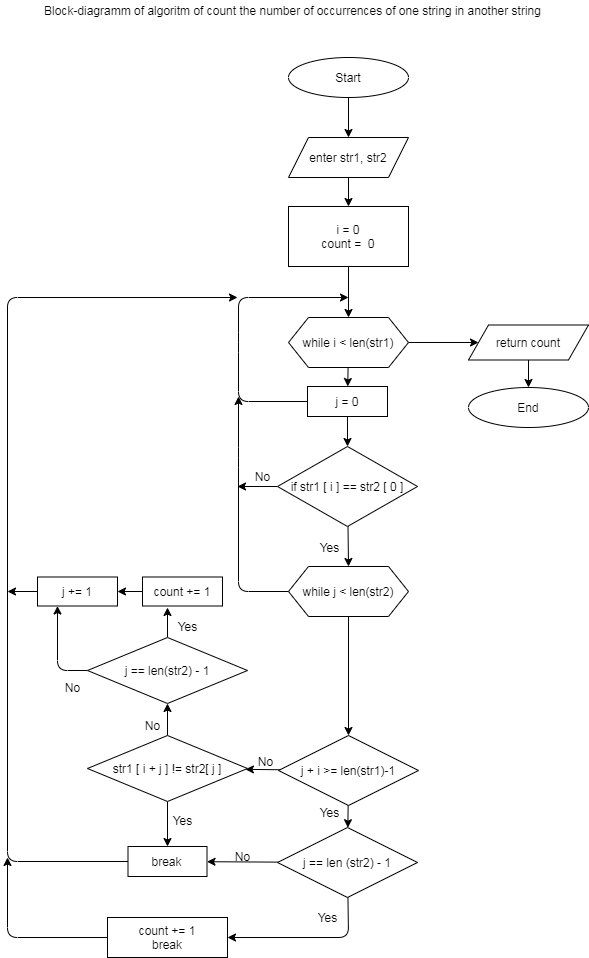
The draw.io diagram 1. workshop 1/find_str.png in AbubakirovRA/Python, before a commit. Source tidied: cells renumbered, new cells last; positions are measured from the earlier drawing's top-left corner, leaving out a move shared by most shapes. The source it was exported from:
```xml
<mxGraphModel>
  <root>
    <mxCell id="0" />
    <mxCell id="1" parent="0" />
    <mxCell id="2" style="edgeStyle=none;html=1;" parent="1" edge="1" source="3" target="10">
      <mxGeometry relative="1" as="geometry" />
    </mxCell>
    <mxCell id="3" value="Start" style="ellipse;whiteSpace=wrap;html=1;" parent="1" vertex="1">
      <mxGeometry x="281" y="57" width="120" height="40" as="geometry" />
    </mxCell>
    <mxCell id="4" style="edgeStyle=none;html=1;" parent="1" edge="1" source="5" target="8">
      <mxGeometry relative="1" as="geometry" />
    </mxCell>
    <mxCell id="5" value="i = 0&lt;br&gt;count =&amp;nbsp; 0" style="whiteSpace=wrap;html=1;" parent="1" vertex="1">
      <mxGeometry x="281" y="206" width="120" height="60" as="geometry" />
    </mxCell>
    <mxCell id="6" style="edgeStyle=none;html=1;" parent="1" edge="1" source="8" target="13">
      <mxGeometry relative="1" as="geometry" />
    </mxCell>
    <mxCell id="7" style="edgeStyle=none;html=1;" parent="1" edge="1" source="8" target="18">
      <mxGeometry relative="1" as="geometry" />
    </mxCell>
    <mxCell id="8" value="while i &amp;lt; len(str1)" style="shape=hexagon;perimeter=hexagonPerimeter2;whiteSpace=wrap;html=1;fixedSize=1;" parent="1" vertex="1">
      <mxGeometry x="281" y="317" width="120" height="50" as="geometry" />
    </mxCell>
    <mxCell id="9" style="edgeStyle=none;html=1;" parent="1" edge="1" source="10" target="5">
      <mxGeometry relative="1" as="geometry" />
    </mxCell>
    <mxCell id="10" value="enter str1, str2" style="shape=parallelogram;perimeter=parallelogramPerimeter;whiteSpace=wrap;html=1;fixedSize=1;" parent="1" vertex="1">
      <mxGeometry x="281" y="137" width="120" height="40" as="geometry" />
    </mxCell>
    <mxCell id="11" style="edgeStyle=none;html=1;" parent="1" edge="1" source="13">
      <mxGeometry relative="1" as="geometry">
        <mxPoint x="341" y="297" as="targetPoint" />
        <Array as="points">
          <mxPoint x="231" y="401" />
          <mxPoint x="231" y="342" />
          <mxPoint x="231" y="297" />
        </Array>
      </mxGeometry>
    </mxCell>
    <mxCell id="12" style="edgeStyle=none;html=1;" parent="1" edge="1" source="13" target="22">
      <mxGeometry relative="1" as="geometry" />
    </mxCell>
    <mxCell id="13" value="j = 0" style="whiteSpace=wrap;html=1;" parent="1" vertex="1">
      <mxGeometry x="300" y="386" width="80" height="30" as="geometry" />
    </mxCell>
    <mxCell id="14" style="edgeStyle=none;html=1;" parent="1" edge="1" source="15" target="27">
      <mxGeometry relative="1" as="geometry" />
    </mxCell>
    <mxCell id="15" value="while j &amp;lt; len(str2)" style="shape=hexagon;perimeter=hexagonPerimeter2;whiteSpace=wrap;html=1;fixedSize=1;" parent="1" vertex="1">
      <mxGeometry x="281" y="566" width="120" height="50" as="geometry" />
    </mxCell>
    <mxCell id="16" style="edgeStyle=none;html=1;" parent="1" edge="1" source="15">
      <mxGeometry relative="1" as="geometry">
        <mxPoint x="231" y="396" as="targetPoint" />
        <Array as="points">
          <mxPoint x="231" y="591" />
          <mxPoint x="231" y="457" />
        </Array>
      </mxGeometry>
    </mxCell>
    <mxCell id="17" style="edgeStyle=none;html=1;" parent="1" edge="1" source="18" target="19">
      <mxGeometry relative="1" as="geometry" />
    </mxCell>
    <mxCell id="18" value="return count" style="shape=parallelogram;perimeter=parallelogramPerimeter;whiteSpace=wrap;html=1;fixedSize=1;" parent="1" vertex="1">
      <mxGeometry x="461" y="324.5" width="120" height="35" as="geometry" />
    </mxCell>
    <mxCell id="19" value="End" style="ellipse;whiteSpace=wrap;html=1;" parent="1" vertex="1">
      <mxGeometry x="461" y="387" width="120" height="40" as="geometry" />
    </mxCell>
    <mxCell id="20" style="edgeStyle=none;html=1;exitX=0;exitY=0.5;exitDx=0;exitDy=0;" parent="1" edge="1" source="22">
      <mxGeometry relative="1" as="geometry">
        <mxPoint x="230" y="486" as="targetPoint" />
      </mxGeometry>
    </mxCell>
    <mxCell id="21" style="edgeStyle=none;html=1;entryX=0.5;entryY=0;entryDx=0;entryDy=0;" parent="1" edge="1" source="22" target="15">
      <mxGeometry relative="1" as="geometry" />
    </mxCell>
    <mxCell id="22" value="if str1 [ i ] == str2 [ 0 ]" style="rhombus;whiteSpace=wrap;html=1;" parent="1" vertex="1">
      <mxGeometry x="270" y="446" width="140" height="80" as="geometry" />
    </mxCell>
    <mxCell id="23" value="No" style="text;html=1;align=center;verticalAlign=middle;strokeColor=none;fillColor=none;" parent="1" vertex="1">
      <mxGeometry x="240" y="466" width="30" height="20" as="geometry" />
    </mxCell>
    <mxCell id="24" value="Yes" style="text;html=1;align=center;verticalAlign=middle;strokeColor=none;fillColor=none;" parent="1" vertex="1">
      <mxGeometry x="302" y="537" width="40" height="20" as="geometry" />
    </mxCell>
    <mxCell id="25" style="edgeStyle=none;html=1;" parent="1" edge="1" source="27" target="30">
      <mxGeometry relative="1" as="geometry" />
    </mxCell>
    <mxCell id="26" style="edgeStyle=none;html=1;" parent="1" edge="1" source="27" target="44">
      <mxGeometry relative="1" as="geometry" />
    </mxCell>
    <mxCell id="27" value="j + i &amp;gt;= len(str1)-1" style="rhombus;whiteSpace=wrap;html=1;" parent="1" vertex="1">
      <mxGeometry x="271" y="735" width="140" height="70" as="geometry" />
    </mxCell>
    <mxCell id="28" style="edgeStyle=none;html=1;" parent="1" edge="1" source="30" target="33">
      <mxGeometry relative="1" as="geometry">
        <Array as="points">
          <mxPoint x="341" y="937" />
        </Array>
      </mxGeometry>
    </mxCell>
    <mxCell id="29" style="edgeStyle=none;html=1;" parent="1" edge="1" source="30" target="36">
      <mxGeometry relative="1" as="geometry" />
    </mxCell>
    <mxCell id="30" value="j == len (str2) - 1" style="rhombus;whiteSpace=wrap;html=1;" parent="1" vertex="1">
      <mxGeometry x="270" y="827" width="140" height="70" as="geometry" />
    </mxCell>
    <mxCell id="31" value="Yes" style="text;html=1;align=center;verticalAlign=middle;strokeColor=none;fillColor=none;" parent="1" vertex="1">
      <mxGeometry x="302" y="802" width="40" height="20" as="geometry" />
    </mxCell>
    <mxCell id="32" style="edgeStyle=none;html=1;" parent="1" edge="1" source="33">
      <mxGeometry relative="1" as="geometry">
        <mxPoint y="857" as="targetPoint" />
        <Array as="points">
          <mxPoint y="937" />
        </Array>
      </mxGeometry>
    </mxCell>
    <mxCell id="33" value="count += 1&lt;br&gt;break" style="whiteSpace=wrap;html=1;" parent="1" vertex="1">
      <mxGeometry x="100" y="917" width="120" height="40" as="geometry" />
    </mxCell>
    <mxCell id="34" value="Yes" style="text;html=1;align=center;verticalAlign=middle;strokeColor=none;fillColor=none;" parent="1" vertex="1">
      <mxGeometry x="300" y="907" width="40" height="20" as="geometry" />
    </mxCell>
    <mxCell id="35" style="edgeStyle=none;html=1;exitX=0;exitY=0.5;exitDx=0;exitDy=0;" parent="1" edge="1" source="36">
      <mxGeometry relative="1" as="geometry">
        <mxPoint x="230" y="297" as="targetPoint" />
        <Array as="points">
          <mxPoint y="861" />
          <mxPoint y="297" />
        </Array>
      </mxGeometry>
    </mxCell>
    <mxCell id="36" value="break" style="whiteSpace=wrap;html=1;" parent="1" vertex="1">
      <mxGeometry x="120.5" y="846" width="79" height="30" as="geometry" />
    </mxCell>
    <mxCell id="37" value="No" style="text;html=1;align=center;verticalAlign=middle;strokeColor=none;fillColor=none;" parent="1" vertex="1">
      <mxGeometry x="220" y="846" width="30" height="20" as="geometry" />
    </mxCell>
    <mxCell id="38" style="edgeStyle=none;html=1;" parent="1" edge="1" source="40">
      <mxGeometry relative="1" as="geometry">
        <mxPoint x="160" y="607" as="targetPoint" />
      </mxGeometry>
    </mxCell>
    <mxCell id="39" style="edgeStyle=none;html=1;entryX=0.25;entryY=1;entryDx=0;entryDy=0;" parent="1" edge="1" source="40" target="51">
      <mxGeometry relative="1" as="geometry">
        <Array as="points">
          <mxPoint x="50" y="670" />
        </Array>
      </mxGeometry>
    </mxCell>
    <mxCell id="40" value="j == len(str2) - 1" style="rhombus;whiteSpace=wrap;html=1;" parent="1" vertex="1">
      <mxGeometry x="80" y="637" width="160" height="66" as="geometry" />
    </mxCell>
    <mxCell id="41" value="No" style="text;html=1;align=center;verticalAlign=middle;strokeColor=none;fillColor=none;" parent="1" vertex="1">
      <mxGeometry x="243" y="751" width="30" height="20" as="geometry" />
    </mxCell>
    <mxCell id="42" style="edgeStyle=none;html=1;" parent="1" edge="1" source="44" target="36">
      <mxGeometry relative="1" as="geometry" />
    </mxCell>
    <mxCell id="43" style="edgeStyle=none;html=1;" parent="1" edge="1" source="44" target="40">
      <mxGeometry relative="1" as="geometry" />
    </mxCell>
    <mxCell id="44" value="str1 [ i + j ] != str2[ j ]" style="rhombus;whiteSpace=wrap;html=1;" parent="1" vertex="1">
      <mxGeometry x="80" y="735" width="160" height="66" as="geometry" />
    </mxCell>
    <mxCell id="45" value="Yes" style="text;html=1;align=center;verticalAlign=middle;strokeColor=none;fillColor=none;" parent="1" vertex="1">
      <mxGeometry x="155" y="810" width="40" height="20" as="geometry" />
    </mxCell>
    <mxCell id="46" value="No" style="text;html=1;align=center;verticalAlign=middle;strokeColor=none;fillColor=none;" parent="1" vertex="1">
      <mxGeometry x="129.5" y="715" width="30" height="20" as="geometry" />
    </mxCell>
    <mxCell id="47" style="edgeStyle=none;html=1;" parent="1" edge="1" source="48" target="51">
      <mxGeometry relative="1" as="geometry" />
    </mxCell>
    <mxCell id="48" value="&lt;span&gt;count += 1&lt;/span&gt;" style="whiteSpace=wrap;html=1;" parent="1" vertex="1">
      <mxGeometry x="135" y="576.5" width="80" height="29" as="geometry" />
    </mxCell>
    <mxCell id="49" value="Yes" style="text;html=1;align=center;verticalAlign=middle;strokeColor=none;fillColor=none;" parent="1" vertex="1">
      <mxGeometry x="159.5" y="616" width="40" height="20" as="geometry" />
    </mxCell>
    <mxCell id="50" style="edgeStyle=none;html=1;" parent="1" edge="1" source="51">
      <mxGeometry relative="1" as="geometry">
        <mxPoint y="591" as="targetPoint" />
      </mxGeometry>
    </mxCell>
    <mxCell id="51" value="&lt;span&gt;j += 1&lt;/span&gt;" style="whiteSpace=wrap;html=1;" parent="1" vertex="1">
      <mxGeometry x="30" y="576.5" width="80" height="29" as="geometry" />
    </mxCell>
    <mxCell id="52" value="No" style="text;html=1;align=center;verticalAlign=middle;strokeColor=none;fillColor=none;" parent="1" vertex="1">
      <mxGeometry x="50" y="677" width="30" height="20" as="geometry" />
    </mxCell>
    <mxCell id="53" value="Block-diagramm of algoritm of count the number of occurrences of one string in another string" style="text;html=1;align=center;verticalAlign=middle;strokeColor=none;fillColor=none;" parent="1" vertex="1">
      <mxGeometry x="30" width="510" height="20" as="geometry" />
    </mxCell>
  </root>
</mxGraphModel>
```
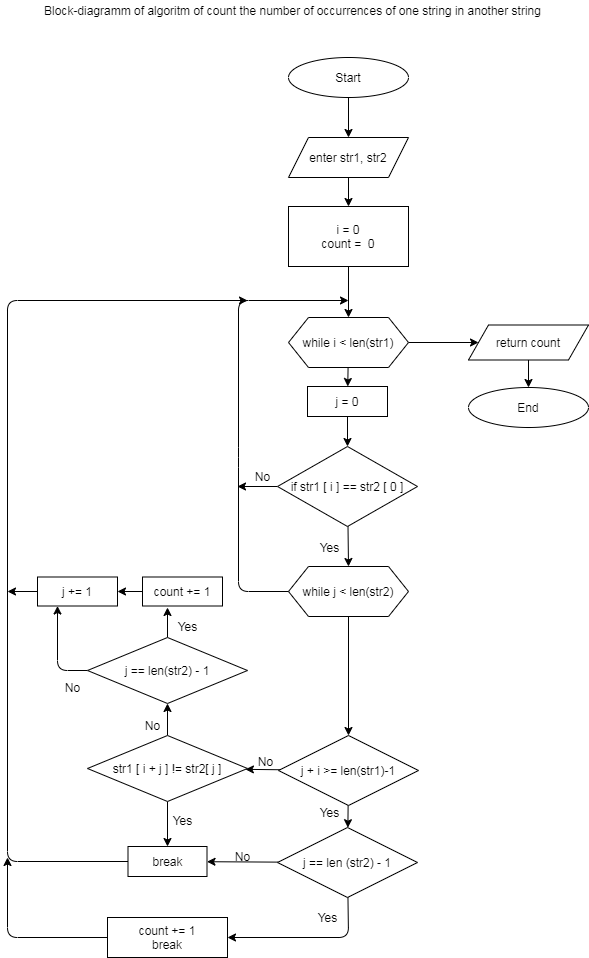
Above is the later version.

Commit message:
add find_string

What changed in the source:
```diff
@@ -29,16 +29,6 @@
     <mxCell id="10" value="enter str1, str2" style="shape=parallelogram;perimeter=parallelogramPerimeter;whiteSpace=wrap;html=1;fixedSize=1;" parent="1" vertex="1">
       <mxGeometry x="281" y="137" width="120" height="40" as="geometry" />
     </mxCell>
-    <mxCell id="11" style="edgeStyle=none;html=1;" parent="1" edge="1" source="13">
-      <mxGeometry relative="1" as="geometry">
-        <mxPoint x="341" y="297" as="targetPoint" />
-        <Array as="points">
-          <mxPoint x="231" y="401" />
-          <mxPoint x="231" y="342" />
-          <mxPoint x="231" y="297" />
-        </Array>
-      </mxGeometry>
-    </mxCell>
     <mxCell id="12" style="edgeStyle=none;html=1;" parent="1" edge="1" source="13" target="22">
       <mxGeometry relative="1" as="geometry" />
     </mxCell>
@@ -53,10 +43,11 @@
     </mxCell>
     <mxCell id="16" style="edgeStyle=none;html=1;" parent="1" edge="1" source="15">
       <mxGeometry relative="1" as="geometry">
-        <mxPoint x="231" y="396" as="targetPoint" />
+        <mxPoint x="341" y="300" as="targetPoint" />
         <Array as="points">
           <mxPoint x="231" y="591" />
           <mxPoint x="231" y="457" />
+          <mxPoint x="231" y="300" />
         </Array>
       </mxGeometry>
     </mxCell>
@@ -127,10 +118,10 @@
     </mxCell>
     <mxCell id="35" style="edgeStyle=none;html=1;exitX=0;exitY=0.5;exitDx=0;exitDy=0;" parent="1" edge="1" source="36">
       <mxGeometry relative="1" as="geometry">
-        <mxPoint x="230" y="297" as="targetPoint" />
+        <mxPoint x="240" y="300" as="targetPoint" />
         <Array as="points">
           <mxPoint y="861" />
-          <mxPoint y="297" />
+          <mxPoint y="300" />
         </Array>
       </mxGeometry>
     </mxCell>
```
